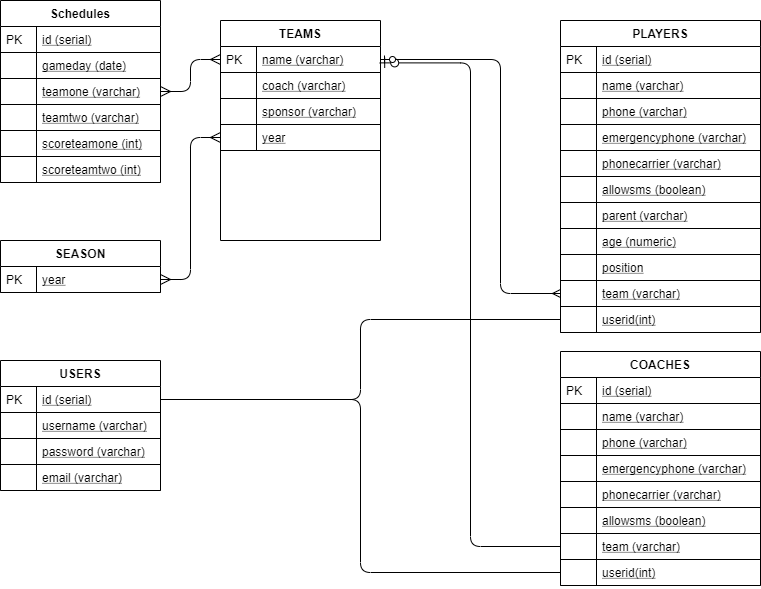
Before: ProjectOne/ProjectOneSchema.png, a diagram exported from draw.io (dlbroadwa/NewRevatureRepo). Source tidied: cells renumbered, new cells last; positions are measured from the earlier drawing's top-left corner, leaving out a move shared by most shapes.
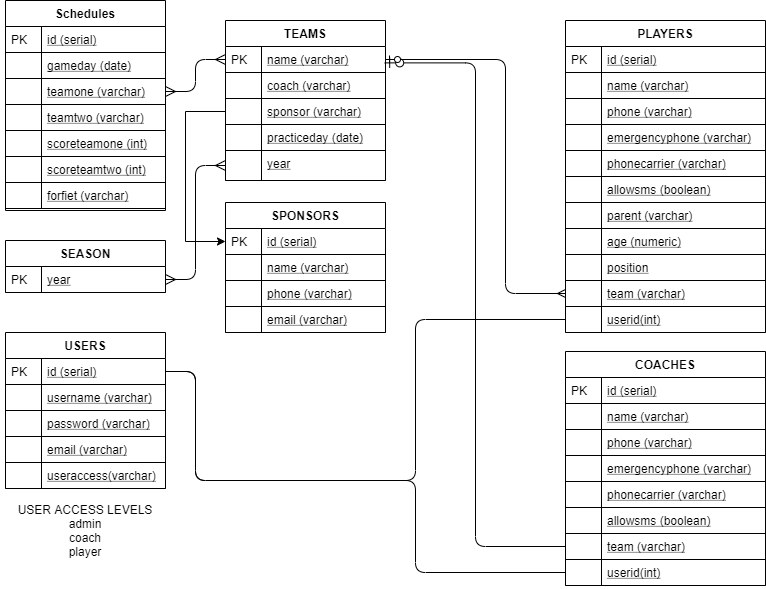
Later version of the same file.

Diff of the diagram source:
```diff
@@ -9,7 +9,7 @@
       <mxGeometry relative="1" as="geometry" />
     </mxCell>
     <mxCell id="4" value="TEAMS" style="swimlane;fontStyle=1;horizontal=1;startSize=26;rounded=0;shadow=0;strokeWidth=1;" parent="1" vertex="1">
-      <mxGeometry x="220" y="20" width="160" height="220" as="geometry" />
+      <mxGeometry x="220" y="20" width="160" height="160" as="geometry" />
     </mxCell>
     <mxCell id="5" value="name (varchar)" style="shape=partialRectangle;top=0;left=0;right=0;bottom=1;align=left;verticalAlign=top;fillColor=none;spacingLeft=40;spacingRight=4;overflow=hidden;points=[[0,0.5],[1,0.5]];portConstraint=eastwest;rounded=0;shadow=0;strokeWidth=1;fontStyle=4;" parent="4" vertex="1">
       <mxGeometry y="26" width="160" height="26" as="geometry" />
@@ -29,11 +29,17 @@
     <mxCell id="10" style="shape=partialRectangle;top=0;left=0;bottom=0;fillColor=none;align=left;verticalAlign=top;spacingLeft=4;spacingRight=4;overflow=hidden;" parent="9" vertex="1">
       <mxGeometry width="36" height="26" as="geometry" />
     </mxCell>
+    <mxCell id="82" value="practiceday (date)" style="shape=partialRectangle;top=0;left=0;right=0;bottom=1;align=left;verticalAlign=top;fillColor=none;spacingLeft=40;spacingRight=4;overflow=hidden;rounded=0;shadow=0;strokeWidth=1;fontStyle=4;" parent="4" vertex="1">
+      <mxGeometry y="104" width="160" height="26" as="geometry" />
+    </mxCell>
+    <mxCell id="83" style="shape=partialRectangle;top=0;left=0;bottom=0;fillColor=none;align=left;verticalAlign=top;spacingLeft=4;spacingRight=4;overflow=hidden;" parent="82" vertex="1">
+      <mxGeometry width="36" height="26" as="geometry" />
+    </mxCell>
     <mxCell id="11" value="year" style="shape=partialRectangle;top=0;left=0;right=0;bottom=1;align=left;verticalAlign=top;fillColor=none;spacingLeft=40;spacingRight=4;overflow=hidden;points=[[0,0.5],[1,0.5]];portConstraint=eastwest;rounded=0;shadow=0;strokeWidth=1;fontStyle=4;" parent="4" vertex="1">
-      <mxGeometry y="104" width="160" height="26" as="geometry" />
+      <mxGeometry y="130" width="160" height="30" as="geometry" />
     </mxCell>
     <mxCell id="12" style="shape=partialRectangle;top=0;left=0;bottom=0;fillColor=none;align=left;verticalAlign=top;spacingLeft=4;spacingRight=4;overflow=hidden;" parent="11" vertex="1">
-      <mxGeometry width="36" height="26" as="geometry" />
+      <mxGeometry width="36" height="30" as="geometry" />
     </mxCell>
     <mxCell id="13" value="PLAYERS" style="swimlane;fontStyle=1;horizontal=1;startSize=26;rounded=0;shadow=0;strokeWidth=1;" parent="1" vertex="1">
       <mxGeometry x="560" y="20" width="200" height="312" as="geometry" />
@@ -159,7 +165,7 @@
       <mxGeometry relative="1" as="geometry" />
     </mxCell>
     <mxCell id="54" value="Schedules" style="swimlane;fontStyle=1;horizontal=1;startSize=26;rounded=0;shadow=0;strokeWidth=1;" parent="1" vertex="1">
-      <mxGeometry width="160" height="182" as="geometry" />
+      <mxGeometry width="160" height="210" as="geometry" />
     </mxCell>
     <mxCell id="55" value="id (serial)" style="shape=partialRectangle;top=0;left=0;right=0;bottom=1;align=left;verticalAlign=top;fillColor=none;spacingLeft=40;spacingRight=4;overflow=hidden;rounded=0;shadow=0;strokeWidth=1;fontStyle=4;" parent="54" vertex="1">
       <mxGeometry y="26" width="160" height="26" as="geometry" />
@@ -197,6 +203,12 @@
     <mxCell id="66" style="shape=partialRectangle;top=0;left=0;bottom=0;fillColor=none;align=left;verticalAlign=top;spacingLeft=4;spacingRight=4;overflow=hidden;" parent="65" vertex="1">
       <mxGeometry width="36" height="26" as="geometry" />
     </mxCell>
+    <mxCell id="84" value="forfiet (varchar)" style="shape=partialRectangle;top=0;left=0;right=0;bottom=1;align=left;verticalAlign=top;fillColor=none;spacingLeft=40;spacingRight=4;overflow=hidden;rounded=0;shadow=0;strokeWidth=1;fontStyle=4;" parent="54" vertex="1">
+      <mxGeometry y="182" width="160" height="26" as="geometry" />
+    </mxCell>
+    <mxCell id="85" style="shape=partialRectangle;top=0;left=0;bottom=0;fillColor=none;align=left;verticalAlign=top;spacingLeft=4;spacingRight=4;overflow=hidden;" parent="84" vertex="1">
+      <mxGeometry width="36" height="26" as="geometry" />
+    </mxCell>
     <mxCell id="67" value="SEASON" style="swimlane;fontStyle=1;horizontal=1;startSize=26;rounded=0;shadow=0;strokeWidth=1;" parent="1" vertex="1">
       <mxGeometry y="240" width="160" height="52" as="geometry" />
     </mxCell>
@@ -206,8 +218,39 @@
     <mxCell id="69" value="PK" style="shape=partialRectangle;top=0;left=0;bottom=0;fillColor=none;align=left;verticalAlign=top;spacingLeft=4;spacingRight=4;overflow=hidden;" parent="68" vertex="1">
       <mxGeometry width="36" height="26" as="geometry" />
     </mxCell>
+    <mxCell id="79" style="edgeStyle=orthogonalEdgeStyle;endArrow=none;startArrow=none;shadow=0;strokeWidth=1;endSize=8;startSize=8;entryX=1;entryY=0.5;entryDx=0;entryDy=0;startFill=0;endFill=0;" parent="1" edge="1" source="51" target="71">
+      <mxGeometry relative="1" as="geometry">
+        <Array as="points">
+          <mxPoint x="410" y="572" />
+          <mxPoint x="410" y="480" />
+          <mxPoint x="190" y="480" />
+          <mxPoint x="190" y="371" />
+        </Array>
+      </mxGeometry>
+    </mxCell>
+    <mxCell id="80" style="edgeStyle=orthogonalEdgeStyle;endArrow=none;startArrow=none;shadow=0;strokeWidth=1;endSize=8;startSize=8;entryX=1;entryY=0.5;entryDx=0;entryDy=0;startFill=0;endFill=0;" parent="1" edge="1" source="34" target="71">
+      <mxGeometry relative="1" as="geometry">
+        <Array as="points">
+          <mxPoint x="410" y="319" />
+          <mxPoint x="410" y="480" />
+          <mxPoint x="190" y="480" />
+          <mxPoint x="190" y="371" />
+        </Array>
+      </mxGeometry>
+    </mxCell>
+    <mxCell id="81" style="edgeStyle=elbowEdgeStyle;fontSize=12;html=1;endArrow=ERmany;endFill=0;entryX=0;entryY=0.5;entryDx=0;entryDy=0;strokeColor=#000000;startArrow=ERzeroToOne;startFill=1;" parent="1" edge="1" source="5" target="32">
+      <mxGeometry relative="1" as="geometry">
+        <Array as="points">
+          <mxPoint x="500" y="170" />
+          <mxPoint x="510" y="170" />
+        </Array>
+      </mxGeometry>
+    </mxCell>
+    <mxCell id="86" value="USER ACCESS LEVELS&lt;br&gt;admin&lt;br&gt;coach&lt;br&gt;player" style="text;html=1;strokeColor=none;fillColor=none;align=center;verticalAlign=middle;whiteSpace=wrap;rounded=0;" parent="1" vertex="1">
+      <mxGeometry x="-5" y="520" width="170" height="20" as="geometry" />
+    </mxCell>
     <mxCell id="70" value="USERS" style="swimlane;fontStyle=1;horizontal=1;startSize=26;rounded=0;shadow=0;strokeWidth=1;" parent="1" vertex="1">
-      <mxGeometry y="360" width="160" height="130" as="geometry" />
+      <mxGeometry y="332" width="160" height="156" as="geometry" />
     </mxCell>
     <mxCell id="71" value="id (serial)" style="shape=partialRectangle;top=0;left=0;right=0;bottom=1;align=left;verticalAlign=top;fillColor=none;spacingLeft=40;spacingRight=4;overflow=hidden;points=[[0,0.5],[1,0.5]];portConstraint=eastwest;rounded=0;shadow=0;strokeWidth=1;fontStyle=4;" parent="70" vertex="1">
       <mxGeometry y="26" width="160" height="26" as="geometry" />
@@ -233,19 +276,45 @@
     <mxCell id="78" style="shape=partialRectangle;top=0;left=0;bottom=0;fillColor=none;align=left;verticalAlign=top;spacingLeft=4;spacingRight=4;overflow=hidden;" parent="77" vertex="1">
       <mxGeometry width="36" height="26" as="geometry" />
     </mxCell>
-    <mxCell id="79" style="edgeStyle=orthogonalEdgeStyle;endArrow=none;startArrow=none;shadow=0;strokeWidth=1;endSize=8;startSize=8;entryX=1;entryY=0.5;entryDx=0;entryDy=0;startFill=0;endFill=0;" parent="1" edge="1" source="51" target="71">
-      <mxGeometry relative="1" as="geometry" />
-    </mxCell>
-    <mxCell id="80" style="edgeStyle=orthogonalEdgeStyle;endArrow=none;startArrow=none;shadow=0;strokeWidth=1;endSize=8;startSize=8;entryX=1;entryY=0.5;entryDx=0;entryDy=0;startFill=0;endFill=0;" parent="1" edge="1" source="34" target="71">
-      <mxGeometry relative="1" as="geometry" />
-    </mxCell>
-    <mxCell id="81" style="edgeStyle=elbowEdgeStyle;fontSize=12;html=1;endArrow=ERmany;endFill=0;entryX=0;entryY=0.5;entryDx=0;entryDy=0;strokeColor=#000000;startArrow=ERzeroToOne;startFill=1;" parent="1" edge="1" source="5" target="32">
-      <mxGeometry relative="1" as="geometry">
-        <Array as="points">
-          <mxPoint x="500" y="170" />
-          <mxPoint x="510" y="170" />
-        </Array>
-      </mxGeometry>
-    </mxCell>
+    <mxCell id="87" value="useraccess(varchar)" style="shape=partialRectangle;top=0;left=0;right=0;bottom=1;align=left;verticalAlign=top;fillColor=none;spacingLeft=40;spacingRight=4;overflow=hidden;rounded=0;shadow=0;strokeWidth=1;fontStyle=4;" parent="70" vertex="1">
+      <mxGeometry y="130" width="160" height="26" as="geometry" />
+    </mxCell>
+    <mxCell id="88" style="shape=partialRectangle;top=0;left=0;bottom=0;fillColor=none;align=left;verticalAlign=top;spacingLeft=4;spacingRight=4;overflow=hidden;" parent="87" vertex="1">
+      <mxGeometry width="36" height="26" as="geometry" />
+    </mxCell>
+    <mxCell id="89" style="edgeStyle=orthogonalEdgeStyle;rounded=0;jettySize=auto;html=1;exitX=0;exitY=0.5;exitDx=0;exitDy=0;entryX=0;entryY=0.5;entryDx=0;entryDy=0;" parent="1" edge="1" source="9" target="91">
+      <mxGeometry relative="1" as="geometry">
+        <Array as="points">
+          <mxPoint x="180" y="111" />
+        </Array>
+      </mxGeometry>
+    </mxCell>
+    <mxCell id="90" value="SPONSORS" style="swimlane;fontStyle=1;horizontal=1;startSize=26;rounded=0;shadow=0;strokeWidth=1;" parent="1" vertex="1">
+      <mxGeometry x="220" y="202" width="160" height="130" as="geometry" />
+    </mxCell>
+    <mxCell id="91" value="id (serial)" style="shape=partialRectangle;top=0;left=0;right=0;bottom=1;align=left;verticalAlign=top;fillColor=none;spacingLeft=40;spacingRight=4;overflow=hidden;points=[[0,0.5],[1,0.5]];portConstraint=eastwest;rounded=0;shadow=0;strokeWidth=1;fontStyle=4;" parent="90" vertex="1">
+      <mxGeometry y="26" width="160" height="26" as="geometry" />
+    </mxCell>
+    <mxCell id="92" value="PK" style="shape=partialRectangle;top=0;left=0;bottom=0;fillColor=none;align=left;verticalAlign=top;spacingLeft=4;spacingRight=4;overflow=hidden;" parent="91" vertex="1">
+      <mxGeometry width="36" height="26" as="geometry" />
+    </mxCell>
+    <mxCell id="93" value="name (varchar)" style="shape=partialRectangle;top=0;left=0;right=0;bottom=1;align=left;verticalAlign=top;fillColor=none;spacingLeft=40;spacingRight=4;overflow=hidden;rounded=0;shadow=0;strokeWidth=1;fontStyle=4;" parent="90" vertex="1">
+      <mxGeometry y="52" width="160" height="26" as="geometry" />
+    </mxCell>
+    <mxCell id="94" style="shape=partialRectangle;top=0;left=0;bottom=0;fillColor=none;align=left;verticalAlign=top;spacingLeft=4;spacingRight=4;overflow=hidden;" parent="93" vertex="1">
+      <mxGeometry width="36" height="26" as="geometry" />
+    </mxCell>
+    <mxCell id="95" value="phone (varchar)" style="shape=partialRectangle;top=0;left=0;right=0;bottom=1;align=left;verticalAlign=top;fillColor=none;spacingLeft=40;spacingRight=4;overflow=hidden;rounded=0;shadow=0;strokeWidth=1;fontStyle=4;" parent="90" vertex="1">
+      <mxGeometry y="78" width="160" height="26" as="geometry" />
+    </mxCell>
+    <mxCell id="96" style="shape=partialRectangle;top=0;left=0;bottom=0;fillColor=none;align=left;verticalAlign=top;spacingLeft=4;spacingRight=4;overflow=hidden;" parent="95" vertex="1">
+      <mxGeometry width="36" height="26" as="geometry" />
+    </mxCell>
+    <mxCell id="97" value="email (varchar)" style="shape=partialRectangle;top=0;left=0;right=0;bottom=1;align=left;verticalAlign=top;fillColor=none;spacingLeft=40;spacingRight=4;overflow=hidden;rounded=0;shadow=0;strokeWidth=1;fontStyle=4;" parent="90" vertex="1">
+      <mxGeometry y="104" width="160" height="26" as="geometry" />
+    </mxCell>
+    <mxCell id="98" style="shape=partialRectangle;top=0;left=0;bottom=0;fillColor=none;align=left;verticalAlign=top;spacingLeft=4;spacingRight=4;overflow=hidden;" parent="97" vertex="1">
+      <mxGeometry width="36" height="26" as="geometry" />
+    </mxCell>
   </root>
 </mxGraphModel>
```
